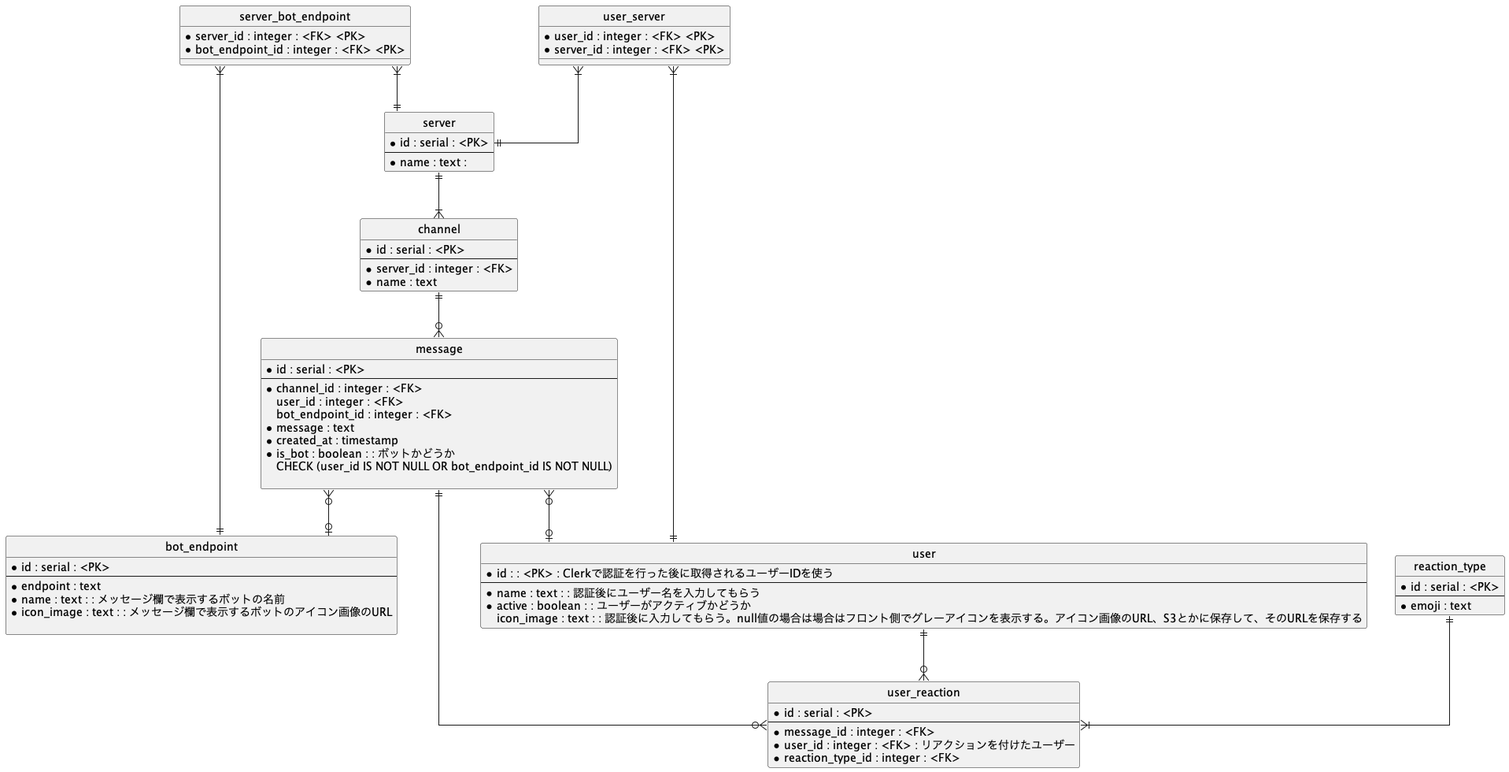
Earlier version of the PlantUML export api_specification/er_figure.png (hebitigo/CATechAccelChatApp).
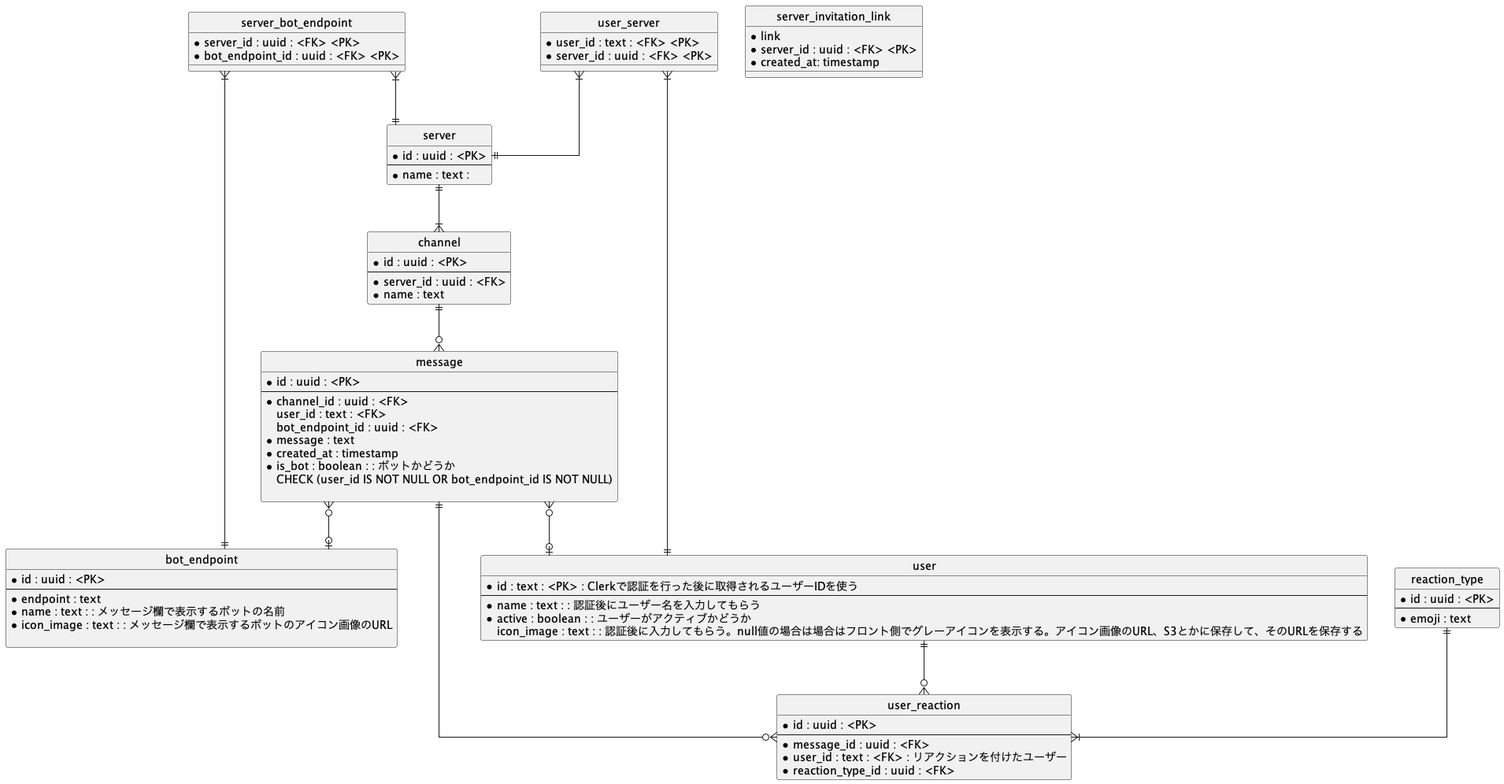
Above is the later version.

Commit message:
fix ER-figure and delete api specification

Diff of the diagram source:
```diff
@@ -7,24 +7,24 @@
 
 
 entity "server" {
-    *id : serial : <PK>
+    *id : uuid : <PK>
     --
     *name : text :
 }
 
 entity "channel" {
-    *id : serial : <PK>
+    *id : uuid : <PK>
     --
-    *server_id : integer : <FK>
+    *server_id : uuid : <FK>
     *name : text
 }
 
 entity "message" {
-    *id : serial : <PK>
+    *id : uuid : <PK>
     --
-    *channel_id : integer : <FK>
-    user_id : integer : <FK>
-    bot_endpoint_id : integer : <FK>
+    *channel_id : uuid : <FK>
+    user_id : text : <FK>
+    bot_endpoint_id : uuid : <FK>
     *message : text
     *created_at : timestamp
     *is_bot : boolean : : ボットかどうか
@@ -33,21 +33,21 @@
 }
 
 entity "user_reaction" {
-    *id : serial : <PK>
+    *id : uuid : <PK>
     --
-    *message_id : integer : <FK>
-    *user_id : integer : <FK> : リアクションを付けたユーザー
-    *reaction_type_id : integer : <FK>
+    *message_id : uuid : <FK>
+    *user_id : text : <FK> : リアクションを付けたユーザー
+    *reaction_type_id : uuid : <FK>
 }
 
 entity "reaction_type" {
-    *id : serial : <PK>
+    *id : uuid : <PK>
     --
     *emoji : text
 }
 
 entity "bot_endpoint" {
-    *id : serial : <PK>
+    *id : uuid : <PK>
     --
     *endpoint : text
     *name : text : : メッセージ欄で表示するボットの名前
@@ -58,22 +58,29 @@
 
 
 entity "user" {
-    *id : : <PK> : Clerkで認証を行った後に取得されるユーザーIDを使う
+    *id : text : <PK> : Clerkで認証を行った後に取得されるユーザーIDを使う
     --
     *name : text : : 認証後にユーザー名を入力してもらう
     *active : boolean : : ユーザーがアクティブかどうか
     icon_image : text : : 認証後に入力してもらう。null値の場合は場合はフロント側でグレーアイコンを表示する。アイコン画像のURL、S3とかに保存して、そのURLを保存する
 }
 
+entity "server_invitation_link" {
+    *link
+    *server_id : uuid : <FK> <PK>
+    *created_at: timestamp
+
+}
+
 
 entity "user_server" {
-    *user_id : integer : <FK> <PK>
-    *server_id : integer : <FK> <PK>
+    *user_id : text : <FK> <PK>
+    *server_id : uuid : <FK> <PK>
 }
 
 entity "server_bot_endpoint" {
-    *server_id : integer : <FK> <PK>
-    *bot_endpoint_id : integer : <FK> <PK>
+    *server_id : uuid : <FK> <PK>
+    *bot_endpoint_id : uuid : <FK> <PK>
     }
 
 user_server }|--|| user
```
